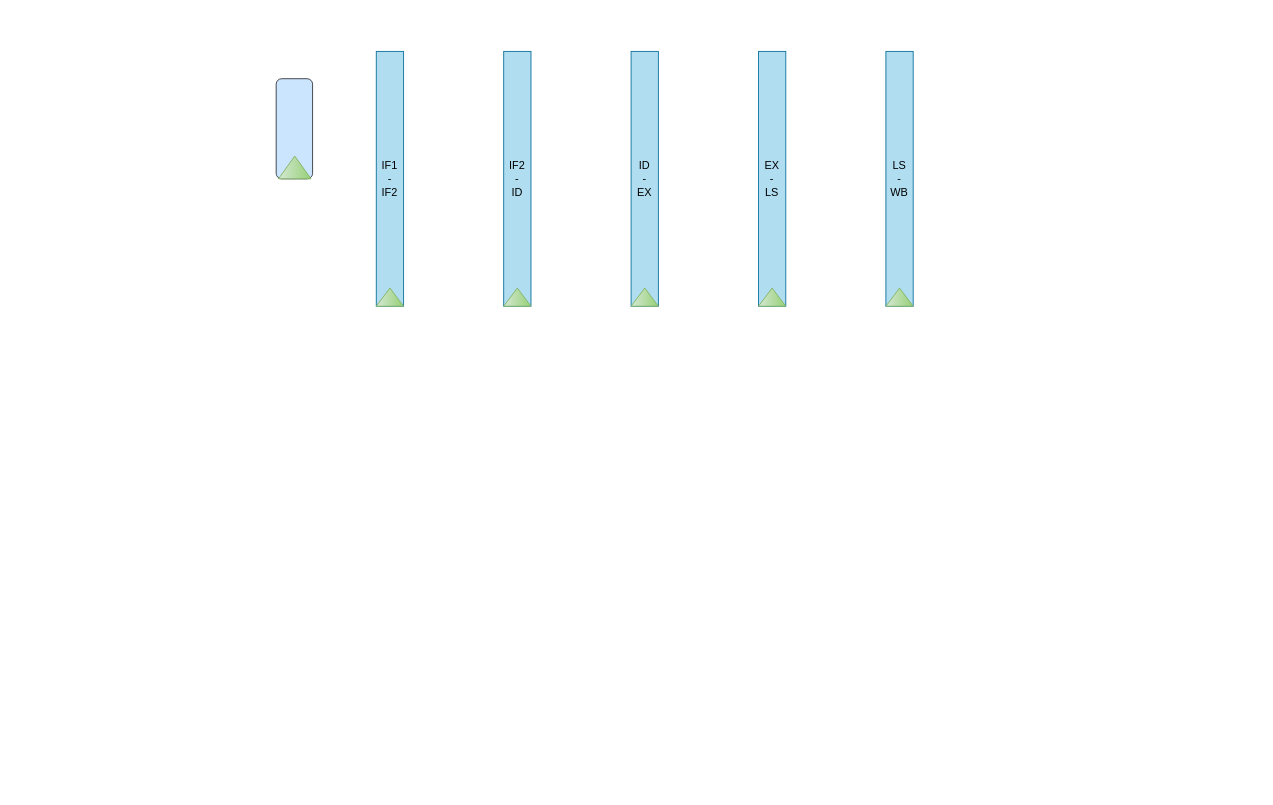
The draw.io diagram ysyx_cpu_icache.drawio in harder-er/ysyx, before the edit. Source tidied: cells renumbered, new cells numbered last; positions are measured from the earlier drawing's top-left corner, leaving out a move shared by most shapes. Both pictures are drawn from the tidied source at 91%, with x=0, y=0 at pixel (276, 51).
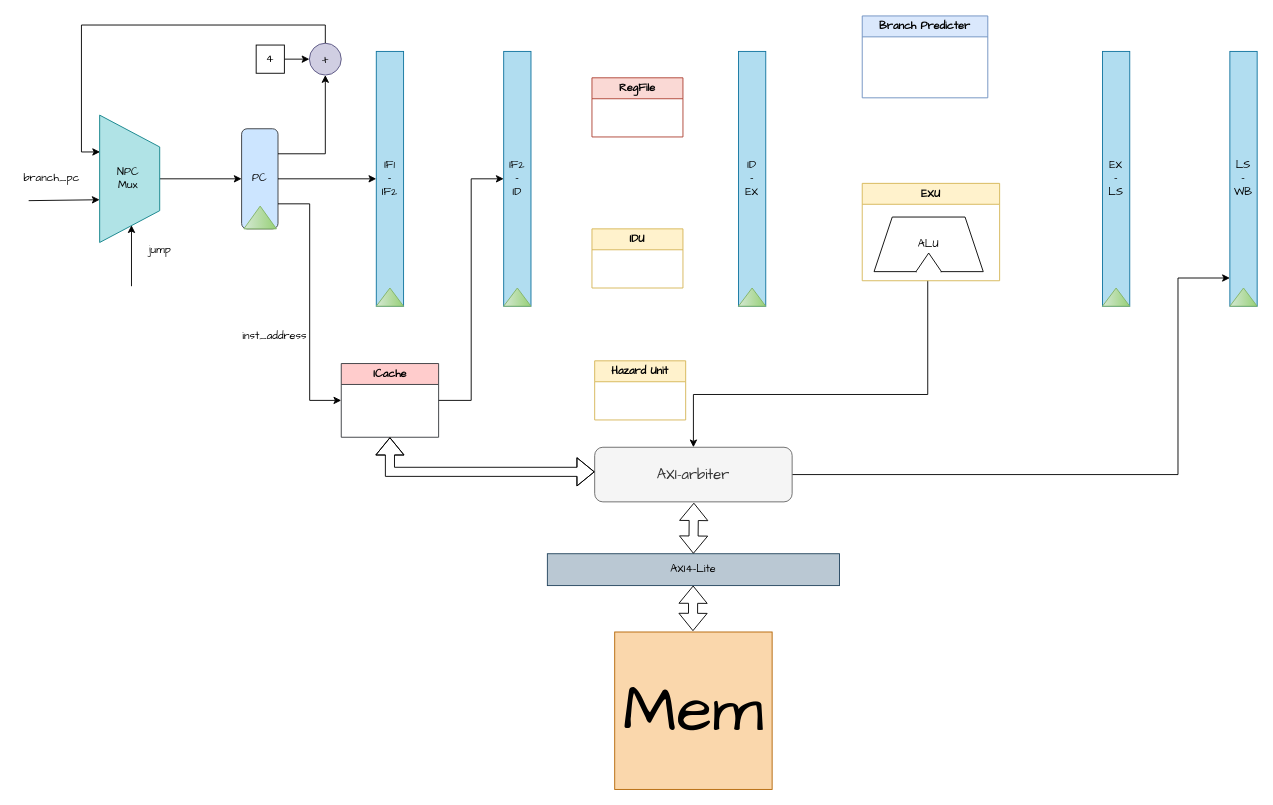
After the change.

The edit, as a diff of the source:
```diff
@@
-    <mxCell id="2" value="IF1&lt;div&gt;-&lt;/div&gt;&lt;div&gt;IF2&lt;/div&gt;" style="rounded=0;whiteSpace=wrap;html=1;fillColor=#b1ddf0;strokeColor=#10739e;" parent="1" vertex="1">
+    <mxCell id="2" value="IF1&lt;div&gt;-&lt;/div&gt;&lt;div&gt;IF2&lt;/div&gt;" style="rounded=0;whiteSpace=wrap;html=1;fillColor=#b1ddf0;strokeColor=#10739e;fontFamily=Comic Sans MS;" parent="1" vertex="1">
       <mxGeometry x="110" width="30" height="280" as="geometry" />
     </mxCell>
-    <mxCell id="3" style="triangle;whiteSpace=wrap;html=1;rotation=-90;fillColor=#d5e8d4;strokeColor=#82b366;gradientColor=#97d077;" parent="1" vertex="1">
+    <mxCell id="3" style="triangle;whiteSpace=wrap;html=1;rotation=-90;fillColor=#d5e8d4;strokeColor=#82b366;gradientColor=#97d077;fontFamily=Comic Sans MS;" parent="1" vertex="1">
       <mxGeometry x="115" y="255" width="20" height="30" as="geometry" />
     </mxCell>
-    <mxCell id="4" value="IF2&lt;div&gt;-&lt;/div&gt;&lt;div&gt;ID&lt;/div&gt;" style="rounded=0;whiteSpace=wrap;html=1;fillColor=#b1ddf0;strokeColor=#10739e;" parent="1" vertex="1">
+    <mxCell id="4" value="IF2&lt;div&gt;-&lt;/div&gt;&lt;div&gt;ID&lt;/div&gt;" style="rounded=0;whiteSpace=wrap;html=1;fillColor=#b1ddf0;strokeColor=#10739e;fontFamily=Comic Sans MS;" parent="1" vertex="1">
       <mxGeometry x="250" width="30" height="280" as="geometry" />
     </mxCell>
-    <mxCell id="5" style="triangle;whiteSpace=wrap;html=1;rotation=-90;fillColor=#d5e8d4;strokeColor=#82b366;gradientColor=#97d077;" parent="1" vertex="1">
+    <mxCell id="5" style="triangle;whiteSpace=wrap;html=1;rotation=-90;fillColor=#d5e8d4;strokeColor=#82b366;gradientColor=#97d077;fontFamily=Comic Sans MS;" parent="1" vertex="1">
       <mxGeometry x="255" y="255" width="20" height="30" as="geometry" />
     </mxCell>
+    <mxCell id="14" style="edgeStyle=orthogonalEdgeStyle;rounded=0;jettySize=auto;html=1;entryX=0.5;entryY=0;entryDx=0;entryDy=0;fontFamily=Comic Sans MS;" parent="1" edge="1" target="43">
+      <mxGeometry relative="1" as="geometry">
+        <mxPoint x="716" y="252" as="sourcePoint" />
+        <Array as="points">
+          <mxPoint x="716" y="252" />
+          <mxPoint x="716" y="377" />
+          <mxPoint x="459" y="377" />
+        </Array>
+      </mxGeometry>
+    </mxCell>
-    <mxCell id="6" value="ID&lt;div&gt;-&lt;/div&gt;&lt;div&gt;EX&lt;/div&gt;" style="rounded=0;whiteSpace=wrap;html=1;fillColor=#b1ddf0;strokeColor=#10739e;" parent="1" vertex="1">
-      <mxGeometry x="390" width="30" height="280" as="geometry" />
+    <mxCell id="6" value="ID&lt;div&gt;-&lt;/div&gt;&lt;div&gt;EX&lt;/div&gt;" style="rounded=0;whiteSpace=wrap;html=1;fillColor=#b1ddf0;strokeColor=#10739e;fontFamily=Comic Sans MS;" parent="1" vertex="1">
+      <mxGeometry x="508" width="30" height="280" as="geometry" />
     </mxCell>
-    <mxCell id="7" style="triangle;whiteSpace=wrap;html=1;rotation=-90;fillColor=#d5e8d4;strokeColor=#82b366;gradientColor=#97d077;" parent="1" vertex="1">
-      <mxGeometry x="395" y="255" width="20" height="30" as="geometry" />
+    <mxCell id="7" style="triangle;whiteSpace=wrap;html=1;rotation=-90;fillColor=#d5e8d4;strokeColor=#82b366;gradientColor=#97d077;fontFamily=Comic Sans MS;" parent="1" vertex="1">
+      <mxGeometry x="513" y="255" width="20" height="30" as="geometry" />
     </mxCell>
-    <mxCell id="8" value="EX&lt;br&gt;&lt;div&gt;-&lt;/div&gt;&lt;div&gt;LS&lt;/div&gt;" style="rounded=0;whiteSpace=wrap;html=1;fillColor=#b1ddf0;strokeColor=#10739e;" parent="1" vertex="1">
-      <mxGeometry x="530" width="30" height="280" as="geometry" />
+    <mxCell id="8" value="EX&lt;br&gt;&lt;div&gt;-&lt;/div&gt;&lt;div&gt;LS&lt;/div&gt;" style="rounded=0;whiteSpace=wrap;html=1;fillColor=#b1ddf0;strokeColor=#10739e;fontFamily=Comic Sans MS;" parent="1" vertex="1">
+      <mxGeometry x="908" width="30" height="280" as="geometry" />
     </mxCell>
-    <mxCell id="9" style="triangle;whiteSpace=wrap;html=1;rotation=-90;fillColor=#d5e8d4;strokeColor=#82b366;gradientColor=#97d077;" parent="1" vertex="1">
-      <mxGeometry x="535" y="255" width="20" height="30" as="geometry" />
+    <mxCell id="9" style="triangle;whiteSpace=wrap;html=1;rotation=-90;fillColor=#d5e8d4;strokeColor=#82b366;gradientColor=#97d077;fontFamily=Comic Sans MS;" parent="1" vertex="1">
+      <mxGeometry x="913" y="255" width="20" height="30" as="geometry" />
     </mxCell>
-    <mxCell id="10" value="LS&lt;div&gt;-&lt;/div&gt;&lt;div&gt;WB&lt;/div&gt;" style="rounded=0;whiteSpace=wrap;html=1;fillColor=#b1ddf0;strokeColor=#10739e;" parent="1" vertex="1">
-      <mxGeometry x="670" width="30" height="280" as="geometry" />
+    <mxCell id="10" value="LS&lt;div&gt;-&lt;/div&gt;&lt;div&gt;WB&lt;/div&gt;" style="rounded=0;whiteSpace=wrap;html=1;fillColor=#b1ddf0;strokeColor=#10739e;fontFamily=Comic Sans MS;" parent="1" vertex="1">
+      <mxGeometry x="1048" width="30" height="280" as="geometry" />
     </mxCell>
-    <mxCell id="11" style="triangle;whiteSpace=wrap;html=1;rotation=-90;fillColor=#d5e8d4;strokeColor=#82b366;gradientColor=#97d077;" parent="1" vertex="1">
-      <mxGeometry x="675" y="255" width="20" height="30" as="geometry" />
+    <mxCell id="11" style="triangle;whiteSpace=wrap;html=1;rotation=-90;fillColor=#d5e8d4;strokeColor=#82b366;gradientColor=#97d077;fontFamily=Comic Sans MS;" parent="1" vertex="1">
+      <mxGeometry x="1053" y="255" width="20" height="30" as="geometry" />
     </mxCell>
+    <mxCell id="15" style="edgeStyle=orthogonalEdgeStyle;rounded=0;jettySize=auto;html=1;exitX=1;exitY=0.5;exitDx=0;exitDy=0;entryX=0;entryY=0.5;entryDx=0;entryDy=0;fontFamily=Comic Sans MS;" parent="1" edge="1" source="16" target="4">
+      <mxGeometry relative="1" as="geometry" />
+    </mxCell>
+    <mxCell id="16" value="ICache" style="swimlane;whiteSpace=wrap;html=1;fillColor=#ffcccc;strokeColor=#36393d;fontFamily=Comic Sans MS;" parent="1" vertex="1">
+      <mxGeometry x="71.5" y="343" width="107" height="81" as="geometry" />
+    </mxCell>
+    <mxCell id="17" style="edgeStyle=orthogonalEdgeStyle;rounded=0;jettySize=auto;html=1;exitX=1;exitY=0.5;exitDx=0;exitDy=0;exitPerimeter=0;entryX=0;entryY=0.5;entryDx=0;entryDy=0;fontFamily=Comic Sans MS;" parent="1" edge="1" source="18" target="12">
+      <mxGeometry relative="1" as="geometry" />
+    </mxCell>
+    <mxCell id="18" style="verticalLabelPosition=bottom;align=center;dashed=0;html=1;verticalAlign=top;shape=mxgraph.pid.piping.concentric_reducer;fillColor=#b0e3e6;strokeColor=#0e8088;fontFamily=Comic Sans MS;" parent="1" vertex="1">
+      <mxGeometry x="-194" y="70" width="66" height="140" as="geometry" />
+    </mxCell>
+    <mxCell id="19" value="NPC&lt;div&gt;Mux&lt;/div&gt;" style="text;html=1;align=center;verticalAlign=middle;strokeColor=none;fillColor=none;fontFamily=Comic Sans MS;" parent="1" vertex="1">
+      <mxGeometry x="-184" y="119.5" width="42" height="41" as="geometry" />
+    </mxCell>
+    <mxCell id="20" value="&lt;font style=&quot;font-size: 14px;&quot;&gt;+&lt;/font&gt;" style="ellipse;whiteSpace=wrap;html=1;fillColor=#d0cee2;strokeColor=#56517e;fontFamily=Comic Sans MS;" parent="1" vertex="1">
+      <mxGeometry x="36.5" y="-9" width="35" height="35" as="geometry" />
+    </mxCell>
+    <mxCell id="21" style="group;fontFamily=Comic Sans MS;" parent="1" vertex="1">
+      <mxGeometry x="-38" y="85" width="40" height="110" as="geometry" />
+    </mxCell>
-    <mxCell id="12" style="rounded=1;whiteSpace=wrap;html=1;fillColor=#cce5ff;strokeColor=#36393d;" parent="1" vertex="1">
-      <mxGeometry y="30" width="40" height="110" as="geometry" />
+    <mxCell id="12" value="PC" style="rounded=1;whiteSpace=wrap;html=1;fillColor=#cce5ff;strokeColor=#36393d;fontFamily=Comic Sans MS;" parent="21" vertex="1">
+      <mxGeometry width="40" height="110" as="geometry" />
     </mxCell>
-    <mxCell id="13" style="triangle;whiteSpace=wrap;html=1;rotation=-90;fillColor=#d5e8d4;strokeColor=#82b366;gradientColor=#97d077;" parent="1" vertex="1">
-      <mxGeometry x="7.9" y="109.6" width="25" height="35.8" as="geometry" />
+    <mxCell id="13" style="triangle;whiteSpace=wrap;html=1;rotation=-90;fillColor=#d5e8d4;strokeColor=#82b366;gradientColor=#97d077;fontFamily=Comic Sans MS;" parent="21" vertex="1">
+      <mxGeometry x="7.9" y="79.6" width="25" height="35.8" as="geometry" />
     </mxCell>
+    <mxCell id="22" style="edgeStyle=orthogonalEdgeStyle;rounded=0;jettySize=auto;html=1;entryX=0;entryY=0.5;entryDx=0;entryDy=0;fontFamily=Comic Sans MS;" parent="1" edge="1" source="12" target="2">
+      <mxGeometry relative="1" as="geometry" />
+    </mxCell>
+    <mxCell id="23" style="edgeStyle=orthogonalEdgeStyle;rounded=0;jettySize=auto;html=1;exitX=1;exitY=0.25;exitDx=0;exitDy=0;entryX=0.5;entryY=1;entryDx=0;entryDy=0;fontFamily=Comic Sans MS;" parent="1" edge="1" source="12" target="20">
+      <mxGeometry relative="1" as="geometry" />
+    </mxCell>
+    <mxCell id="24" style="edgeStyle=orthogonalEdgeStyle;rounded=0;jettySize=auto;html=1;exitX=1;exitY=0.5;exitDx=0;exitDy=0;entryX=0;entryY=0.5;entryDx=0;entryDy=0;fontFamily=Comic Sans MS;" parent="1" edge="1" source="25" target="20">
+      <mxGeometry relative="1" as="geometry" />
+    </mxCell>
+    <mxCell id="25" value="4" style="whiteSpace=wrap;html=1;fontFamily=Comic Sans MS;" parent="1" vertex="1">
+      <mxGeometry x="-22" y="-7" width="31" height="31" as="geometry" />
+    </mxCell>
+    <mxCell id="26" style="edgeStyle=orthogonalEdgeStyle;rounded=0;jettySize=auto;html=1;exitX=0.5;exitY=0;exitDx=0;exitDy=0;entryX=0.007;entryY=0.289;entryDx=0;entryDy=0;entryPerimeter=0;fontFamily=Comic Sans MS;" parent="1" edge="1" source="20" target="18">
+      <mxGeometry relative="1" as="geometry" />
+    </mxCell>
+    <mxCell id="27" style="endArrow=classic;html=1;rounded=0;fontFamily=Comic Sans MS;" parent="1" edge="1">
+      <mxGeometry relative="1" as="geometry">
+        <mxPoint x="-272" y="164" as="sourcePoint" />
+        <mxPoint x="-194" y="163" as="targetPoint" />
+      </mxGeometry>
+    </mxCell>
+    <mxCell id="28" value="branch_pc" style="text;html=1;align=center;verticalAlign=middle;strokeColor=none;fillColor=none;fontFamily=Comic Sans MS;" parent="1" vertex="1">
+      <mxGeometry x="-286" y="127" width="77" height="26" as="geometry" />
+    </mxCell>
+    <mxCell id="29" style="endArrow=classic;html=1;rounded=0;fontFamily=Comic Sans MS;" parent="1" edge="1">
+      <mxGeometry relative="1" as="geometry">
+        <mxPoint x="-159" y="258" as="sourcePoint" />
+        <mxPoint x="-159" y="191" as="targetPoint" />
+      </mxGeometry>
+    </mxCell>
+    <mxCell id="30" value="jump" style="text;html=1;align=center;verticalAlign=middle;strokeColor=none;fillColor=none;fontFamily=Comic Sans MS;" parent="1" vertex="1">
+      <mxGeometry x="-151" y="206" width="45" height="26" as="geometry" />
+    </mxCell>
+    <mxCell id="31" style="edgeStyle=orthogonalEdgeStyle;rounded=0;jettySize=auto;html=1;exitX=1;exitY=0.75;exitDx=0;exitDy=0;entryX=0;entryY=0.5;entryDx=0;entryDy=0;fontFamily=Comic Sans MS;" parent="1" edge="1" source="12" target="16">
+      <mxGeometry relative="1" as="geometry" />
+    </mxCell>
+    <mxCell id="32" value="inst_address" style="text;html=1;align=center;verticalAlign=middle;strokeColor=none;fillColor=none;fontFamily=Comic Sans MS;" parent="1" vertex="1">
+      <mxGeometry x="-48" y="301" width="91" height="26" as="geometry" />
+    </mxCell>
+    <mxCell id="33" value="RegFile" style="swimlane;whiteSpace=wrap;html=1;fillColor=#fad9d5;strokeColor=#ae4132;fontFamily=Comic Sans MS;" parent="1" vertex="1">
+      <mxGeometry x="347" y="29" width="100" height="65" as="geometry" />
+    </mxCell>
+    <mxCell id="34" value="IDU" style="swimlane;whiteSpace=wrap;html=1;fillColor=#fff2cc;strokeColor=#d6b656;fontFamily=Comic Sans MS;" parent="1" vertex="1">
+      <mxGeometry x="347" y="195" width="100" height="65" as="geometry" />
+    </mxCell>
+    <mxCell id="35" value="Branch Predicter" style="swimlane;whiteSpace=wrap;html=1;fillColor=#dae8fc;strokeColor=#6c8ebf;gradientColor=none;fontFamily=Comic Sans MS;" parent="1" vertex="1">
+      <mxGeometry x="644" y="-39" width="138" height="90" as="geometry" />
+    </mxCell>
+    <mxCell id="36" value="EXU" style="swimlane;whiteSpace=wrap;html=1;fillColor=#fff2cc;strokeColor=#d6b656;fontFamily=Comic Sans MS;" parent="1" vertex="1">
+      <mxGeometry x="644" y="145" width="151" height="107" as="geometry" />
+    </mxCell>
+    <mxCell id="37" style="group;fontFamily=Comic Sans MS;" parent="36" vertex="1">
+      <mxGeometry x="13" y="37" width="120" height="63.8" as="geometry" />
+    </mxCell>
+    <mxCell id="38" value="ALU" style="shape=trapezoid;perimeter=trapezoidPerimeter;whiteSpace=wrap;html=1;fixedSize=1;fontFamily=Comic Sans MS;" parent="37" vertex="1">
+      <mxGeometry width="120" height="60" as="geometry" />
+    </mxCell>
+    <mxCell id="39" style="triangle;whiteSpace=wrap;html=1;rotation=-90;fontFamily=Comic Sans MS;" parent="37" vertex="1">
+      <mxGeometry x="49.8" y="35.8" width="20.5" height="28" as="geometry" />
+    </mxCell>
+    <mxCell id="40" style="rounded=1;whiteSpace=wrap;html=1;strokeColor=none;arcSize=18;fontFamily=Comic Sans MS;" parent="37" vertex="1">
+      <mxGeometry x="47" y="58.8" width="26" height="5" as="geometry" />
+    </mxCell>
+    <mxCell id="41" value="Hazard Unit" style="swimlane;whiteSpace=wrap;html=1;fillColor=#fff2cc;strokeColor=#d6b656;fontFamily=Comic Sans MS;" parent="1" vertex="1">
+      <mxGeometry x="350" y="340" width="100" height="65" as="geometry" />
+    </mxCell>
+    <mxCell id="42" style="edgeStyle=orthogonalEdgeStyle;rounded=0;jettySize=auto;html=1;exitX=1;exitY=0.5;exitDx=0;exitDy=0;" parent="1" edge="1" source="43" target="10">
+      <mxGeometry relative="1" as="geometry">
+        <Array as="points">
+          <mxPoint x="991" y="465" />
+          <mxPoint x="991" y="249" />
+        </Array>
+      </mxGeometry>
+    </mxCell>
+    <mxCell id="43" value="&lt;font size=&quot;3&quot;&gt;AXI-arbiter&lt;/font&gt;" style="rounded=1;whiteSpace=wrap;html=1;fillColor=#f5f5f5;fontColor=#333333;strokeColor=#666666;fontFamily=Comic Sans MS;" parent="1" vertex="1">
+      <mxGeometry x="350" y="435" width="217" height="60" as="geometry" />
+    </mxCell>
+    <mxCell id="44" value="&lt;font style=&quot;font-size: 72px;&quot;&gt;Mem&lt;/font&gt;" style="whiteSpace=wrap;html=1;fillColor=#fad7ac;strokeColor=#b46504;fontFamily=Comic Sans MS;" parent="1" vertex="1">
+      <mxGeometry x="372" y="638" width="173" height="173" as="geometry" />
+    </mxCell>
+    <mxCell id="45" value="AXI4-Lite" style="rounded=0;whiteSpace=wrap;html=1;fillColor=#bac8d3;strokeColor=#23445d;fontFamily=Comic Sans MS;" parent="1" vertex="1">
+      <mxGeometry x="298" y="552" width="321" height="35" as="geometry" />
+    </mxCell>
+    <mxCell id="46" style="shape=flexArrow;endArrow=classic;startArrow=classic;html=1;rounded=0;exitX=0.5;exitY=0;exitDx=0;exitDy=0;fontFamily=Comic Sans MS;" parent="1" edge="1" source="45">
+      <mxGeometry relative="1" as="geometry">
+        <mxPoint x="459" y="496" as="targetPoint" />
+      </mxGeometry>
+    </mxCell>
+    <mxCell id="47" style="shape=flexArrow;endArrow=classic;startArrow=classic;html=1;rounded=0;fontFamily=Comic Sans MS;" parent="1" edge="1">
+      <mxGeometry relative="1" as="geometry">
+        <mxPoint x="458" y="637" as="sourcePoint" />
+        <mxPoint x="458.2" y="587" as="targetPoint" />
+      </mxGeometry>
+    </mxCell>
+    <mxCell id="48" style="shape=flexArrow;endArrow=classic;startArrow=classic;html=1;rounded=0;exitX=0.5;exitY=1;exitDx=0;exitDy=0;" parent="1" edge="1" source="16">
+      <mxGeometry relative="1" as="geometry">
+        <mxPoint x="350" y="462" as="targetPoint" />
+        <Array as="points">
+          <mxPoint x="125" y="462" />
+        </Array>
+      </mxGeometry>
+    </mxCell>
```
